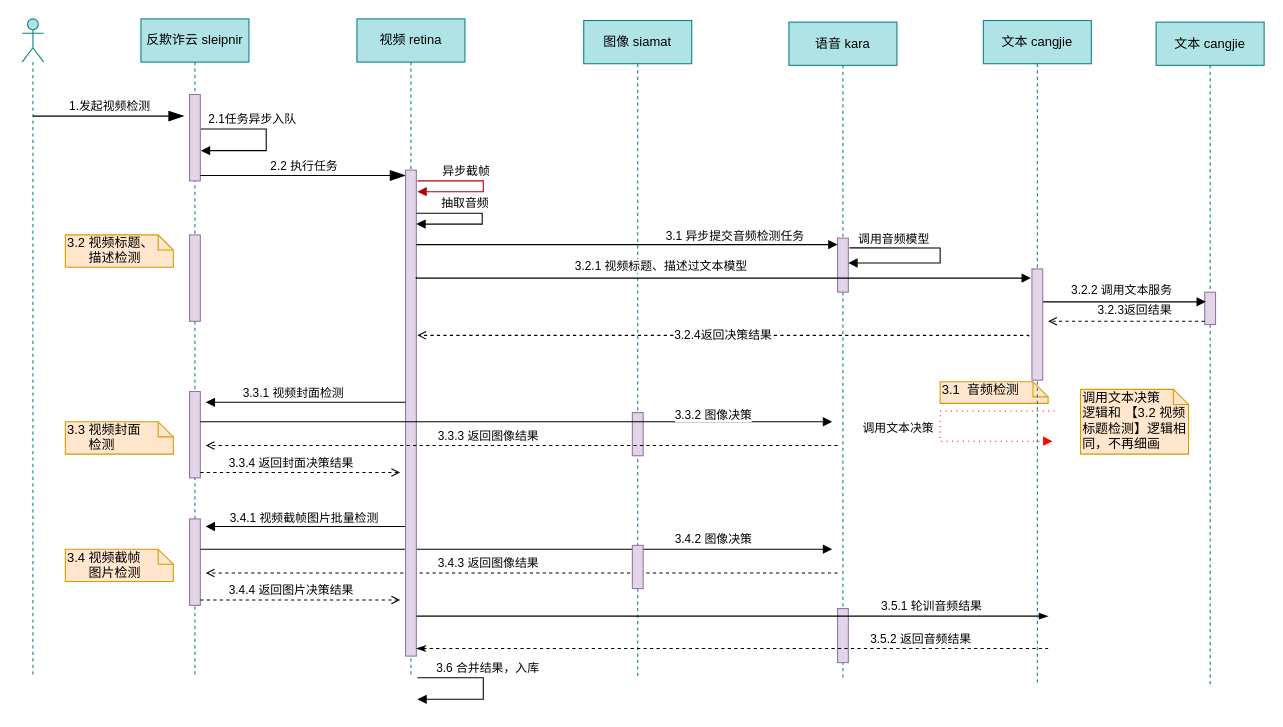
Earlier version of the draw.io diagram 企业级调用时序图.drawio (FataliBud/draw.io). Source tidied: cells renumbered, new cells numbered last; positions are measured from the earlier drawing's top-left corner, leaving out a move shared by most shapes. Both pictures are drawn from the tidied source at 108%, with x=0, y=0 at pixel (22, 18).
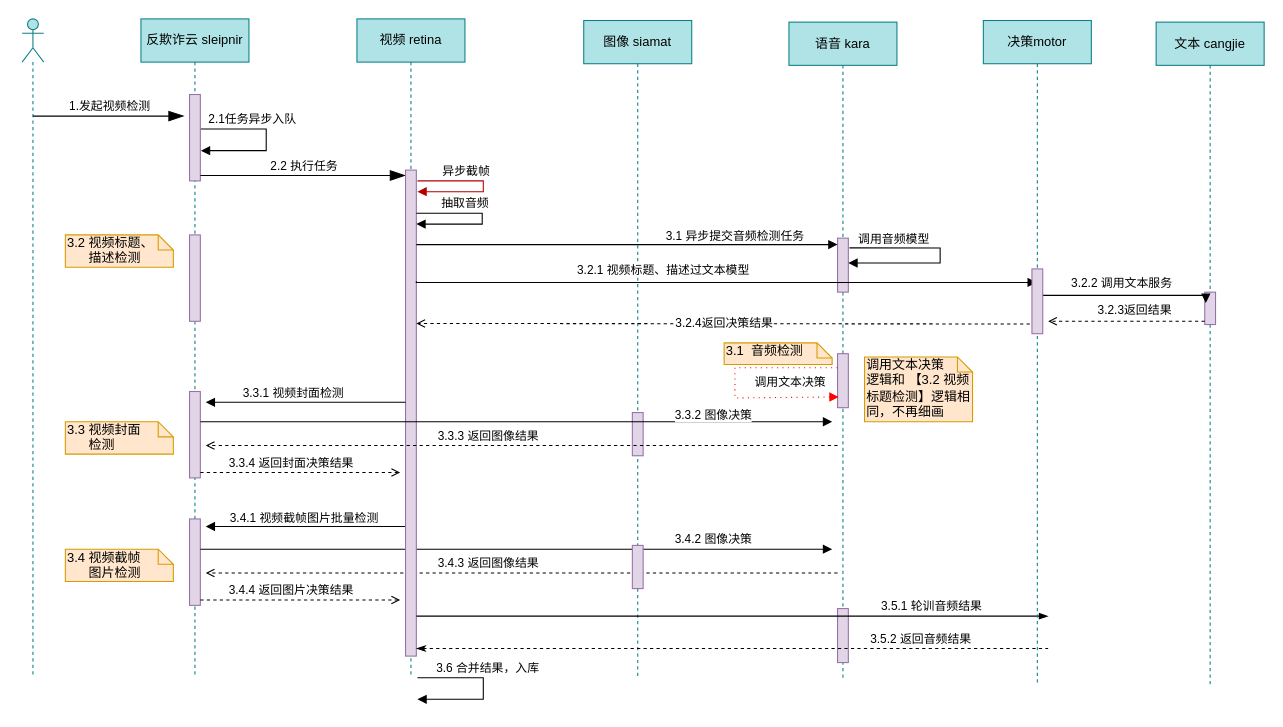
The same page after the edit.

Commit message (it also covers changes not shown here):
更新企业级调用时序图.drawio

Unchanged cells that the change refers to:
```xml
<mxCell id="24" style="html=1;points=[];perimeter=orthogonalPerimeter;fillColor=#e1d5e7;strokeColor=#9673a6;" parent="23" vertex="1">
  <mxGeometry x="45" y="140" width="10" height="450" as="geometry" />
</mxCell>
<mxCell id="30" value="语音 kara" style="shape=umlLifeline;perimeter=lifelinePerimeter;whiteSpace=wrap;html=1;fillColor=#b0e3e6;strokeColor=#0e8088;" parent="1" vertex="1">
  <mxGeometry x="710" y="3" width="100" height="610" as="geometry" />
</mxCell>
```

The edit, as a diff of the source:
```diff
@@
+    <mxCell id="70" style="html=1;points=[];perimeter=orthogonalPerimeter;fillColor=#e1d5e7;strokeColor=#9673a6;" parent="30" vertex="1">
+      <mxGeometry x="45" y="307" width="10" height="50" as="geometry" />
+    </mxCell>
+    <mxCell id="59" style="edgeStyle=orthogonalEdgeStyle;html=1;align=left;spacingLeft=2;endArrow=block;rounded=0;dashed=1;dashPattern=1 4;strokeColor=#FF0000;exitX=0;exitY=0.26;exitDx=0;exitDy=0;exitPerimeter=0;entryX=0.1;entryY=0.8;entryDx=0;entryDy=0;entryPerimeter=0;" parent="30" edge="1" source="70" target="70">
+      <mxGeometry x="-0.14" y="36" relative="1" as="geometry">
+        <Array as="points">
+          <mxPoint x="-50" y="320" />
+          <mxPoint x="-50" y="348" />
+        </Array>
+        <mxPoint x="-16" y="-30" as="offset" />
+      </mxGeometry>
+    </mxCell>
+    <mxCell id="60" value="&lt;span style=&quot;text-align: left&quot;&gt;调用文本决策&lt;/span&gt;" style="edgeLabel;html=1;align=center;verticalAlign=middle;" parent="59" vertex="1">
+      <mxGeometry x="-0.58" y="-1" relative="1" as="geometry">
+        <mxPoint x="1" y="13" as="offset" />
+      </mxGeometry>
+    </mxCell>
@@
-    <mxCell id="41" style="edgeStyle=elbowEdgeStyle;rounded=0;jettySize=auto;elbow=vertical;html=1;endArrow=block;endFill=1;exitX=1;exitY=0.22;exitDx=0;exitDy=0;exitPerimeter=0;entryX=-0.1;entryY=0.073;entryDx=0;entryDy=0;entryPerimeter=0;" parent="1" edge="1" source="24" target="69">
+    <mxCell id="41" style="edgeStyle=elbowEdgeStyle;rounded=0;jettySize=auto;elbow=vertical;html=1;endArrow=block;endFill=1;exitX=1;exitY=0.22;exitDx=0;exitDy=0;exitPerimeter=0;" parent="1" edge="1" target="68">
       <mxGeometry relative="1" as="geometry">
+        <mxPoint x="365" y="243" as="sourcePoint" />
         <Array as="points">
-          <mxPoint x="380" y="240" />
-          <mxPoint x="260" y="219" />
+          <mxPoint x="380" y="244" />
+          <mxPoint x="260" y="223" />
         </Array>
       </mxGeometry>
     </mxCell>
@@
-    <mxCell id="47" value="3.2.4返回决策结果" style="edgeStyle=elbowEdgeStyle;rounded=0;jettySize=auto;elbow=vertical;html=1;dashed=1;endArrow=open;endFill=0;exitX=-0.3;exitY=0.607;exitDx=0;exitDy=0;exitPerimeter=0;entryX=1.1;entryY=0.338;entryDx=0;entryDy=0;entryPerimeter=0;" parent="1" edge="1" source="69" target="24">
+    <mxCell id="47" value="3.2.4返回决策结果" style="edgeStyle=elbowEdgeStyle;rounded=0;jettySize=auto;elbow=vertical;html=1;dashed=1;endArrow=open;endFill=0;exitX=-0.2;exitY=0.85;exitDx=0;exitDy=0;exitPerimeter=0;entryX=1;entryY=0.316;entryDx=0;entryDy=0;entryPerimeter=0;" parent="1" edge="1" source="69" target="24">
       <mxGeometry relative="1" as="geometry" />
     </mxCell>
@@
     <mxCell id="57" value="3.1&amp;nbsp; 音频检测" style="shape=note;whiteSpace=wrap;html=1;size=14;verticalAlign=top;align=left;spacingTop=-6;fillColor=#ffe6cc;strokeColor=#d79b00;" parent="1" vertex="1">
-      <mxGeometry x="850" y="336" width="100" height="20" as="geometry" />
+      <mxGeometry x="650" y="300" width="100" height="20" as="geometry" />
     </mxCell>
@@
-    <mxCell id="59" style="edgeStyle=orthogonalEdgeStyle;html=1;align=left;spacingLeft=2;endArrow=block;rounded=0;entryX=0.9;entryY=0.6;entryDx=0;entryDy=0;entryPerimeter=0;dashed=1;dashPattern=1 4;strokeColor=#FF0000;" parent="1" edge="1">
-      <mxGeometry x="-0.14" y="36" relative="1" as="geometry">
-        <mxPoint x="956" y="363" as="sourcePoint" />
-        <mxPoint x="954" y="391" as="targetPoint" />
-        <Array as="points">
-          <mxPoint x="850" y="363" />
-          <mxPoint x="850" y="391" />
-        </Array>
-        <mxPoint x="-16" y="-30" as="offset" />
-      </mxGeometry>
-    </mxCell>
-    <mxCell id="60" value="&lt;span style=&quot;text-align: left&quot;&gt;调用文本决策&lt;/span&gt;" style="edgeLabel;html=1;align=center;verticalAlign=middle;" parent="59" vertex="1">
-      <mxGeometry x="-0.58" y="-1" relative="1" as="geometry">
-        <mxPoint x="-96" y="16" as="offset" />
-      </mxGeometry>
-    </mxCell>
     <mxCell id="61" value="调用文本决策&lt;br&gt;逻辑和 【3.2 视频标题检测】逻辑相同，不再细画" style="shape=note;whiteSpace=wrap;html=1;size=14;verticalAlign=top;align=left;spacingTop=-6;fillColor=#ffe6cc;strokeColor=#d79b00;" parent="1" vertex="1">
-      <mxGeometry x="980" y="343" width="100" height="60" as="geometry" />
+      <mxGeometry x="780" y="313" width="100" height="60" as="geometry" />
     </mxCell>
@@
-    <mxCell id="68" value="文本 cangjie" style="shape=umlLifeline;perimeter=lifelinePerimeter;whiteSpace=wrap;html=1;outlineConnect=0;fillColor=#b0e3e6;strokeColor=#0e8088;" parent="1" vertex="1">
+    <mxCell id="68" value="决策motor" style="shape=umlLifeline;perimeter=lifelinePerimeter;whiteSpace=wrap;html=1;outlineConnect=0;fillColor=#b0e3e6;strokeColor=#0e8088;" parent="1" vertex="1">
       <mxGeometry x="890" y="1.5" width="100" height="613" as="geometry" />
     </mxCell>
     <mxCell id="69" style="html=1;points=[];perimeter=orthogonalPerimeter;fillColor=#e1d5e7;strokeColor=#9673a6;" parent="68" vertex="1">
-      <mxGeometry x="45" y="230" width="10" height="103" as="geometry" />
+      <mxGeometry x="45" y="230" width="10" height="60" as="geometry" />
     </mxCell>
```
